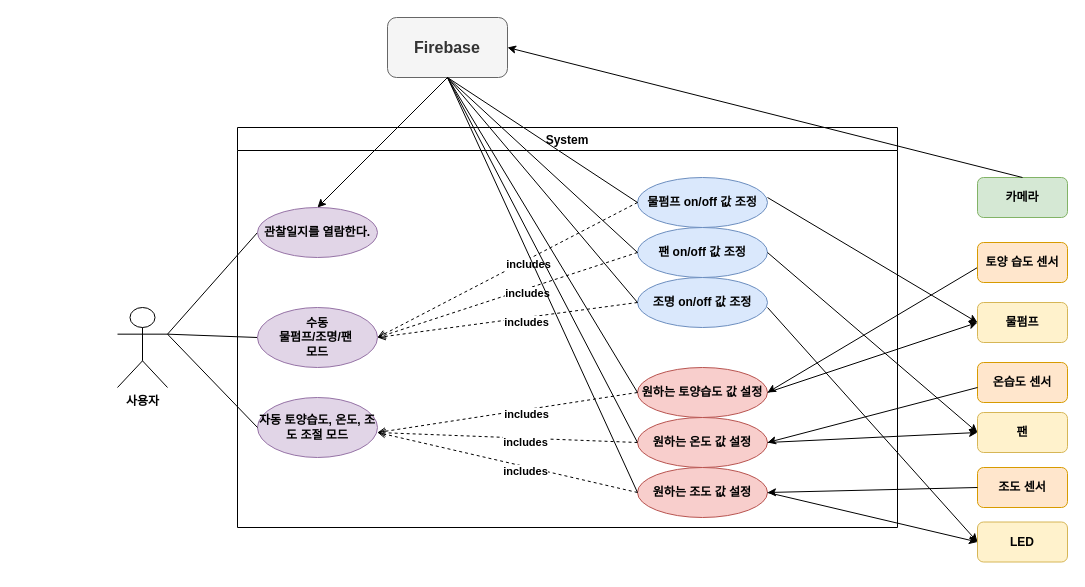
sonmyungwon/Software-Development keeps this draw.io diagram as 4주차/유스케이스.drawio. Above is the earlier version. Source tidied: cells renumbered, new cells numbered last; positions are measured from the earlier drawing's top-left corner, leaving out a move shared by most shapes. Both pictures are drawn from the tidied source at 100%, with x=0, y=0 at pixel (117, 17).
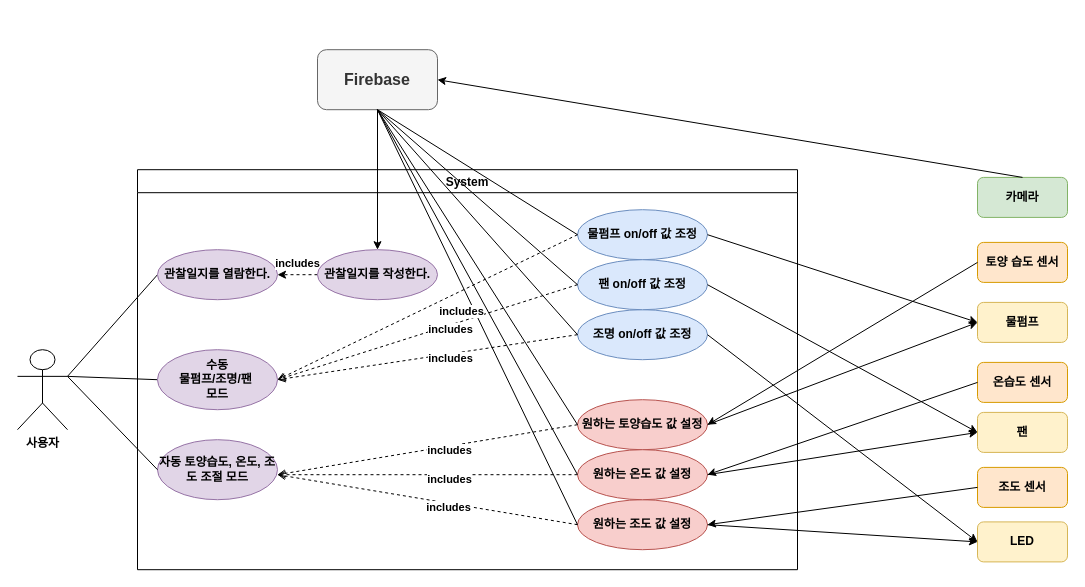
The same page after the edit.

Commit message:
유스케이스.drawio 업데이트

The change refers to these unchanged cells:
```xml
<mxCell id="7" value="관찰일지를 열람한다." style="ellipse;whiteSpace=wrap;html=1;fontStyle=1;fillColor=#e1d5e7;strokeColor=#9673a6;" parent="6" vertex="1">
  <mxGeometry x="20" y="80" width="120" height="50" as="geometry" />
</mxCell>
<mxCell id="14" style="endArrow=open;dashed=1;html=1;rounded=0;entryX=1;entryY=0.5;entryDx=0;entryDy=0;endFill=0;exitX=0;exitY=0.5;exitDx=0;exitDy=0;fontStyle=1;" parent="6" edge="1" source="8" target="11">
  <mxGeometry relative="1" as="geometry" />
</mxCell>
```

Diff of the diagram source:
```diff
@@
     <mxCell id="2" value="사용자" style="shape=umlActor;verticalLabelPosition=bottom;verticalAlign=top;html=1;outlineConnect=0;fontStyle=1;" parent="1" vertex="1">
-      <mxGeometry y="290" width="50" height="80" as="geometry" />
+      <mxGeometry x="-100" y="332.2" width="50" height="80" as="geometry" />
     </mxCell>
     <mxCell id="3" value="온습도 센서" style="rounded=1;whiteSpace=wrap;html=1;fontStyle=1;fillColor=#ffe6cc;strokeColor=#d79b00;" parent="1" vertex="1">
-      <mxGeometry x="860" y="345" width="90" height="40" as="geometry" />
+      <mxGeometry x="860" y="344.9" width="90" height="40" as="geometry" />
     </mxCell>
@@
     <mxCell id="6" value="System" style="swimlane;fontStyle=1;" parent="1" vertex="1">
-      <mxGeometry x="120" y="110" width="660" height="400" as="geometry" />
+      <mxGeometry x="20" y="152.2" width="660" height="400" as="geometry" />
     </mxCell>
@@
     <mxCell id="8" value="물펌프 on/off 값 조정" style="ellipse;whiteSpace=wrap;html=1;fontStyle=1;fillColor=#dae8fc;strokeColor=#6c8ebf;" parent="6" vertex="1">
-      <mxGeometry x="400" y="50" width="130" height="50" as="geometry" />
+      <mxGeometry x="440" y="40" width="130" height="50" as="geometry" />
     </mxCell>
     <mxCell id="9" value="조명 on/off 값 조정" style="ellipse;whiteSpace=wrap;html=1;fontStyle=1;fillColor=#dae8fc;strokeColor=#6c8ebf;" parent="6" vertex="1">
-      <mxGeometry x="400" y="150" width="130" height="50" as="geometry" />
+      <mxGeometry x="440" y="140" width="130" height="50" as="geometry" />
     </mxCell>
     <mxCell id="10" value="팬 on/off 값 조정" style="ellipse;whiteSpace=wrap;html=1;fontStyle=1;fillColor=#dae8fc;strokeColor=#6c8ebf;" parent="6" vertex="1">
-      <mxGeometry x="400" y="100" width="130" height="50" as="geometry" />
+      <mxGeometry x="440" y="90" width="130" height="50" as="geometry" />
     </mxCell>
@@
     <mxCell id="15" value="includes" style="edgeLabel;html=1;align=center;verticalAlign=middle;fontStyle=1;" parent="14" vertex="1">
-      <mxGeometry x="-0.14" y="4" relative="1" as="geometry" />
+      <mxGeometry x="-0.14" y="4" relative="1" as="geometry">
+        <mxPoint x="-153" y="-38" as="offset" />
+      </mxGeometry>
     </mxCell>
@@
     <mxCell id="19" value="원하는 토양습도 값 설정" style="ellipse;whiteSpace=wrap;html=1;fontStyle=1;fillColor=#f8cecc;strokeColor=#b85450;" parent="6" vertex="1">
-      <mxGeometry x="400" y="240" width="130" height="50" as="geometry" />
+      <mxGeometry x="440" y="230" width="130" height="50" as="geometry" />
     </mxCell>
     <mxCell id="20" value="원하는 조도 값 설정" style="ellipse;whiteSpace=wrap;html=1;fontStyle=1;fillColor=#f8cecc;strokeColor=#b85450;" parent="6" vertex="1">
-      <mxGeometry x="400" y="340" width="130" height="50" as="geometry" />
+      <mxGeometry x="440" y="330" width="130" height="50" as="geometry" />
     </mxCell>
@@
     <mxCell id="27" value="원하는 온도 값 설정" style="ellipse;whiteSpace=wrap;html=1;fontStyle=1;fillColor=#f8cecc;strokeColor=#b85450;" parent="6" vertex="1">
-      <mxGeometry x="400" y="290" width="130" height="50" as="geometry" />
+      <mxGeometry x="440" y="280" width="130" height="50" as="geometry" />
     </mxCell>
-    <mxCell id="28" style="endArrow=none;html=1;rounded=0;entryX=0;entryY=0.5;entryDx=0;entryDy=0;startArrow=classic;startFill=1;endFill=0;exitX=1;exitY=0.5;exitDx=0;exitDy=0;fontStyle=1;" parent="6" edge="1" source="19">
-      <mxGeometry relative="1" as="geometry">
-        <mxPoint x="740" y="140" as="targetPoint" />
-      </mxGeometry>
-    </mxCell>
-    <mxCell id="29" style="endArrow=classic;html=1;rounded=0;exitX=1;exitY=0.5;exitDx=0;exitDy=0;startArrow=none;startFill=0;endFill=1;entryX=0;entryY=0.5;entryDx=0;entryDy=0;fontStyle=1;" parent="6" edge="1" target="33">
-      <mxGeometry relative="1" as="geometry">
-        <mxPoint x="530" y="180" as="sourcePoint" />
-      </mxGeometry>
-    </mxCell>
+    <mxCell id="53" style="edgeStyle=orthogonalEdgeStyle;rounded=0;jettySize=auto;html=1;exitX=0;exitY=0.5;exitDx=0;exitDy=0;dashed=1;" parent="6" edge="1" source="54" target="7">
+      <mxGeometry relative="1" as="geometry" />
+    </mxCell>
+    <mxCell id="54" value="관찰일지를 작성한다." style="ellipse;whiteSpace=wrap;html=1;fontStyle=1;fillColor=#e1d5e7;strokeColor=#9673a6;" parent="6" vertex="1">
+      <mxGeometry x="180" y="80" width="120" height="50" as="geometry" />
+    </mxCell>
     <mxCell id="30" value="토양 습도 센서" style="rounded=1;whiteSpace=wrap;html=1;fontStyle=1;fillColor=#ffe6cc;strokeColor=#d79b00;" parent="1" vertex="1">
-      <mxGeometry x="860" y="225" width="90" height="40" as="geometry" />
+      <mxGeometry x="860" y="224.9" width="90" height="40" as="geometry" />
     </mxCell>
     <mxCell id="31" value="조도 센서" style="rounded=1;whiteSpace=wrap;html=1;fontStyle=1;fillColor=#ffe6cc;strokeColor=#d79b00;" parent="1" vertex="1">
-      <mxGeometry x="860" y="450" width="90" height="40" as="geometry" />
+      <mxGeometry x="860" y="449.9" width="90" height="40" as="geometry" />
     </mxCell>
     <mxCell id="32" value="팬" style="rounded=1;whiteSpace=wrap;html=1;fontStyle=1;fillColor=#fff2cc;strokeColor=#d6b656;" parent="1" vertex="1">
-      <mxGeometry x="860" y="395" width="90" height="40" as="geometry" />
+      <mxGeometry x="860" y="394.9" width="90" height="40" as="geometry" />
     </mxCell>
     <mxCell id="33" value="LED" style="rounded=1;whiteSpace=wrap;html=1;fontStyle=1;fillColor=#fff2cc;strokeColor=#d6b656;" parent="1" vertex="1">
-      <mxGeometry x="860" y="504.5" width="90" height="40" as="geometry" />
+      <mxGeometry x="860" y="504.4" width="90" height="40" as="geometry" />
     </mxCell>
     <mxCell id="34" value="물펌프" style="rounded=1;whiteSpace=wrap;html=1;fontStyle=1;fillColor=#fff2cc;strokeColor=#d6b656;" parent="1" vertex="1">
-      <mxGeometry x="860" y="285" width="90" height="40" as="geometry" />
+      <mxGeometry x="860" y="284.9" width="90" height="40" as="geometry" />
     </mxCell>
@@
     <mxCell id="38" value="&lt;font style=&quot;font-size: 16px;&quot;&gt;Firebase&lt;/font&gt;" style="rounded=1;whiteSpace=wrap;html=1;fontStyle=1;fillColor=#f5f5f5;fontColor=#333333;strokeColor=#666666;" parent="1" vertex="1">
-      <mxGeometry x="270" width="120" height="60" as="geometry" />
+      <mxGeometry x="200" y="32.2" width="120" height="60" as="geometry" />
     </mxCell>
-    <mxCell id="39" style="endArrow=classic;html=1;rounded=0;exitX=0.5;exitY=1;exitDx=0;exitDy=0;entryX=0.5;entryY=0;entryDx=0;entryDy=0;fontStyle=1;" parent="1" edge="1" source="38" target="7">
+    <mxCell id="39" style="endArrow=classic;html=1;rounded=0;exitX=0.5;exitY=1;exitDx=0;exitDy=0;fontStyle=1;" parent="1" edge="1" source="38" target="54">
       <mxGeometry relative="1" as="geometry" />
     </mxCell>
@@
-    <mxCell id="45" style="endArrow=none;html=1;rounded=0;entryX=0;entryY=0.5;entryDx=0;entryDy=0;startArrow=classic;startFill=1;endFill=0;exitX=1;exitY=0.5;exitDx=0;exitDy=0;fontStyle=1;" parent="1" edge="1" source="27">
-      <mxGeometry relative="1" as="geometry">
-        <mxPoint x="860" y="370" as="targetPoint" />
-      </mxGeometry>
+    <mxCell id="45" style="endArrow=none;html=1;rounded=0;entryX=0;entryY=0.5;entryDx=0;entryDy=0;startArrow=classic;startFill=1;endFill=0;exitX=1;exitY=0.5;exitDx=0;exitDy=0;fontStyle=1;" parent="1" edge="1" source="27" target="3">
+      <mxGeometry relative="1" as="geometry" />
     </mxCell>
     <mxCell id="46" value="카메라" style="rounded=1;whiteSpace=wrap;html=1;fontStyle=1;fillColor=#d5e8d4;strokeColor=#82b366;" parent="1" vertex="1">
-      <mxGeometry x="860" y="160" width="90" height="40" as="geometry" />
+      <mxGeometry x="860" y="159.9" width="90" height="40" as="geometry" />
     </mxCell>
@@
-    <mxCell id="48" style="endArrow=none;html=1;rounded=0;entryX=0.5;entryY=1;entryDx=0;entryDy=0;fontStyle=1;" parent="1" edge="1" target="38">
-      <mxGeometry relative="1" as="geometry">
-        <mxPoint x="520" y="235" as="sourcePoint" />
-      </mxGeometry>
+    <mxCell id="48" style="endArrow=none;html=1;rounded=0;entryX=0.5;entryY=1;entryDx=0;entryDy=0;fontStyle=1;exitX=0;exitY=0.5;exitDx=0;exitDy=0;" parent="1" edge="1" source="10" target="38">
+      <mxGeometry relative="1" as="geometry" />
     </mxCell>
-    <mxCell id="49" style="endArrow=none;html=1;rounded=0;exitX=0;exitY=0.5;exitDx=0;exitDy=0;fontStyle=1;" parent="1" edge="1" source="9">
-      <mxGeometry relative="1" as="geometry">
-        <mxPoint x="330" y="60" as="targetPoint" />
-      </mxGeometry>
+    <mxCell id="49" style="endArrow=none;html=1;rounded=0;exitX=0;exitY=0.5;exitDx=0;exitDy=0;fontStyle=1;entryX=0.5;entryY=1;entryDx=0;entryDy=0;" parent="1" edge="1" source="9" target="38">
+      <mxGeometry relative="1" as="geometry" />
     </mxCell>
-    <mxCell id="50" style="endArrow=classic;html=1;rounded=0;exitX=1;exitY=0.5;exitDx=0;exitDy=0;startArrow=none;startFill=0;endFill=1;entryX=0;entryY=0.5;entryDx=0;entryDy=0;fontStyle=1;" parent="1" edge="1" target="34">
-      <mxGeometry relative="1" as="geometry">
-        <mxPoint x="650" y="180" as="sourcePoint" />
-      </mxGeometry>
+    <mxCell id="50" style="endArrow=classic;html=1;rounded=0;startArrow=none;startFill=0;endFill=1;entryX=0;entryY=0.5;entryDx=0;entryDy=0;fontStyle=1;exitX=1;exitY=0.5;exitDx=0;exitDy=0;" parent="1" edge="1" source="8" target="34">
+      <mxGeometry relative="1" as="geometry" />
     </mxCell>
@@
+    <mxCell id="28" style="endArrow=none;html=1;rounded=0;entryX=0;entryY=0.5;entryDx=0;entryDy=0;startArrow=classic;startFill=1;endFill=0;exitX=1;exitY=0.5;exitDx=0;exitDy=0;fontStyle=1;" parent="1" edge="1" source="19" target="30">
+      <mxGeometry relative="1" as="geometry" />
+    </mxCell>
+    <mxCell id="29" style="endArrow=classic;html=1;rounded=0;exitX=1;exitY=0.5;exitDx=0;exitDy=0;startArrow=none;startFill=0;endFill=1;entryX=0;entryY=0.5;entryDx=0;entryDy=0;fontStyle=1;" parent="1" edge="1" source="9" target="33">
+      <mxGeometry relative="1" as="geometry" />
+    </mxCell>
+    <mxCell id="55" value="includes" style="edgeLabel;html=1;align=center;verticalAlign=middle;fontStyle=1;" parent="1" vertex="1">
+      <mxGeometry x="343.1" y="293" as="geometry" />
+    </mxCell>
```
